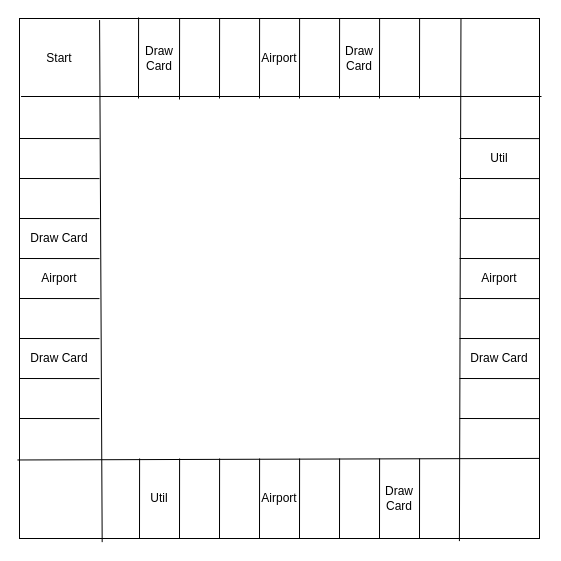
Above: Monopoly Game.drawio in ItuTheGoat/monopoly (draw.io), before the change. Source tidied: cells renumbered, new cells numbered last; positions are measured from the earlier drawing's top-left corner, leaving out a move shared by most shapes. Both pictures are drawn from the tidied source at 100%, with x=0, y=0 at pixel (19, 18).
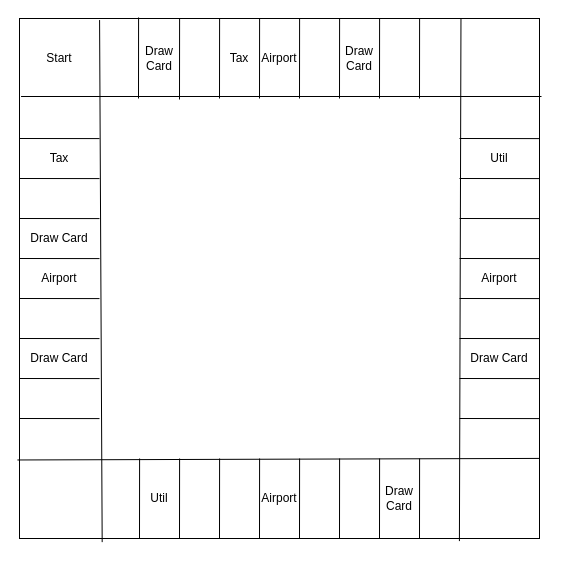
The same page after the edit.

Diff of the diagram source:
```diff
@@
+    <mxCell id="52" value="Tax" style="text;html=1;strokeColor=none;fillColor=none;align=center;verticalAlign=middle;whiteSpace=wrap;rounded=0;" parent="1" vertex="1">
+      <mxGeometry x="200" width="40" height="80" as="geometry" />
+    </mxCell>
+    <mxCell id="53" value="Tax" style="text;html=1;strokeColor=none;fillColor=none;align=center;verticalAlign=middle;whiteSpace=wrap;rounded=0;" parent="1" vertex="1">
+      <mxGeometry y="120" width="80" height="40" as="geometry" />
+    </mxCell>
```
